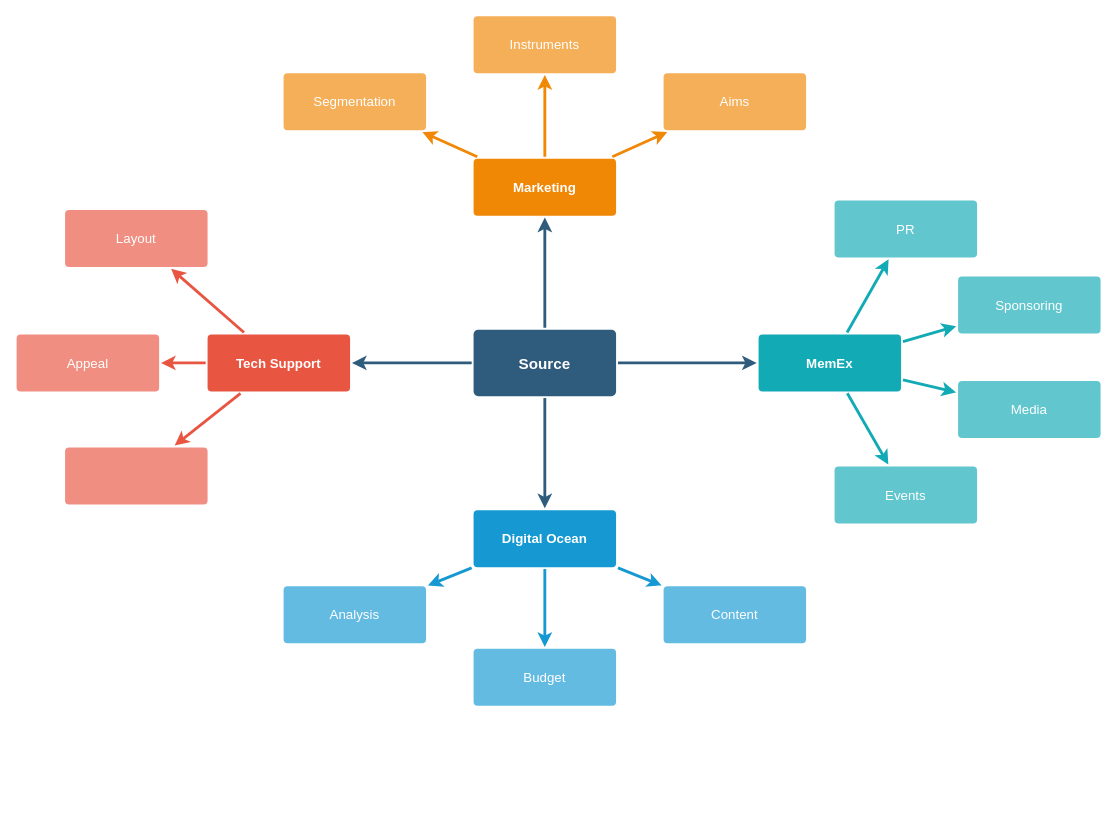
Earlier version of the draw.io diagram startingFolder-Other/Untitled Diagram.drawio (Bluon-Kyle/diagrams-drawings). Source tidied: cells renumbered, new cells numbered last; positions are measured from the earlier drawing's top-left corner, leaving out a move shared by most shapes. Both pictures are drawn from the tidied source at 95%, with x=0, y=0 at pixel (16, 15).
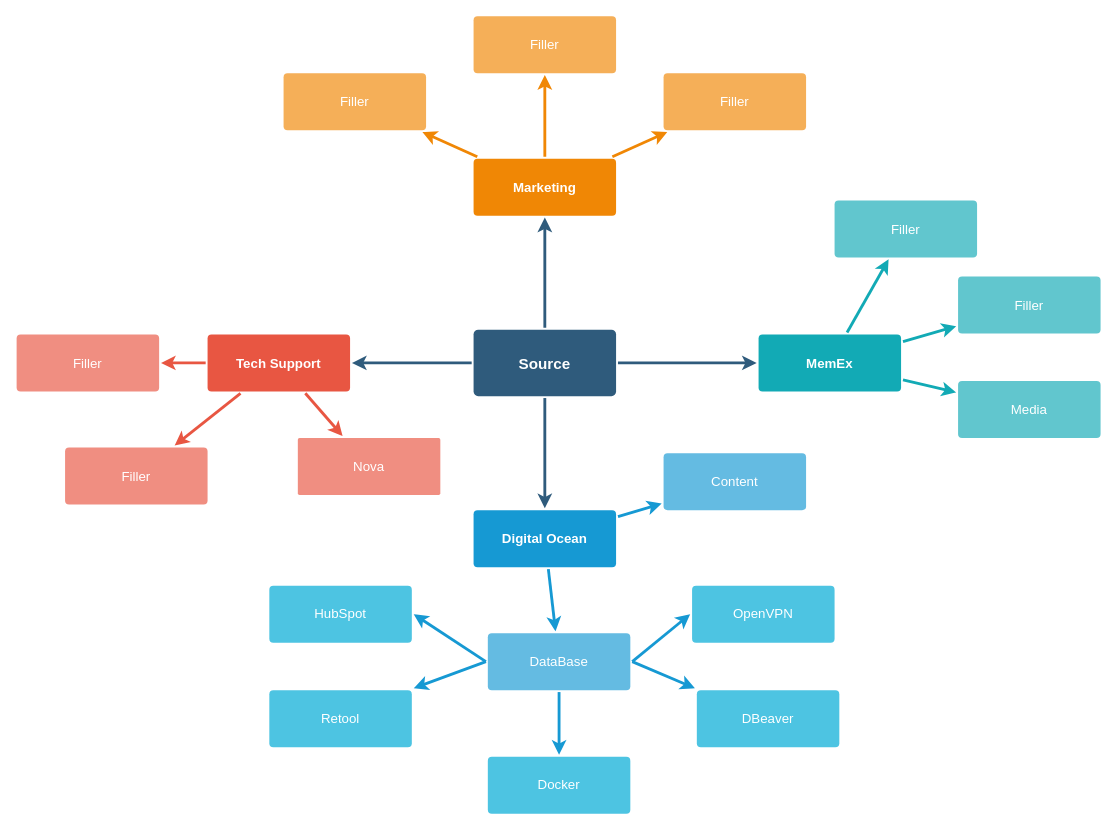
The same page after the edit.

Unchanged cells that the change refers to:
```xml
<mxCell id="17" value="Digital Ocean" style="rounded=1;whiteSpace=wrap;html=1;shadow=0;labelBackgroundColor=none;strokeColor=none;strokeWidth=3;fillColor=#1699d3;fontFamily=Helvetica;fontSize=14;fontColor=#FFFFFF;align=center;spacing=5;fontStyle=1;arcSize=7;perimeterSpacing=2;" parent="1" vertex="1">
  <mxGeometry x="481" y="520.5" width="150" height="60" as="geometry" />
</mxCell>
<mxCell id="28" value="MemEx" style="rounded=1;whiteSpace=wrap;html=1;shadow=0;labelBackgroundColor=none;strokeColor=none;strokeWidth=3;fillColor=#12aab5;fontFamily=Helvetica;fontSize=14;fontColor=#FFFFFF;align=center;spacing=5;fontStyle=1;arcSize=7;perimeterSpacing=2;" parent="1" vertex="1">
  <mxGeometry x="781" y="335.5" width="150" height="60" as="geometry" />
</mxCell>
```

Diff of the diagram source:
```diff
@@
-    <mxCell id="11" style="rounded=1;whiteSpace=wrap;html=1;shadow=0;labelBackgroundColor=none;strokeColor=none;strokeWidth=3;fillColor=#f08e81;fontFamily=Helvetica;fontSize=14;fontColor=#FFFFFF;align=center;spacing=5;fontStyle=0;arcSize=7;perimeterSpacing=2;" parent="1" vertex="1">
+    <mxCell id="11" value="Filler" style="rounded=1;whiteSpace=wrap;html=1;shadow=0;labelBackgroundColor=none;strokeColor=none;strokeWidth=3;fillColor=#f08e81;fontFamily=Helvetica;fontSize=14;fontColor=#FFFFFF;align=center;spacing=5;fontStyle=0;arcSize=7;perimeterSpacing=2;" parent="1" vertex="1">
       <mxGeometry x="51" y="454.5" width="150" height="60" as="geometry" />
     </mxCell>
-    <mxCell id="12" value="Appeal" style="rounded=1;whiteSpace=wrap;html=1;shadow=0;labelBackgroundColor=none;strokeColor=none;strokeWidth=3;fillColor=#f08e81;fontFamily=Helvetica;fontSize=14;fontColor=#FFFFFF;align=center;spacing=5;fontStyle=0;arcSize=7;perimeterSpacing=2;" parent="1" vertex="1">
+    <mxCell id="12" value="Filler" style="rounded=1;whiteSpace=wrap;html=1;shadow=0;labelBackgroundColor=none;strokeColor=none;strokeWidth=3;fillColor=#f08e81;fontFamily=Helvetica;fontSize=14;fontColor=#FFFFFF;align=center;spacing=5;fontStyle=0;arcSize=7;perimeterSpacing=2;" parent="1" vertex="1">
       <mxGeometry y="335.5" width="150" height="60" as="geometry" />
     </mxCell>
-    <mxCell id="13" value="Layout" style="rounded=1;whiteSpace=wrap;html=1;shadow=0;labelBackgroundColor=none;strokeColor=none;strokeWidth=3;fillColor=#f08e81;fontFamily=Helvetica;fontSize=14;fontColor=#FFFFFF;align=center;spacing=5;fontStyle=0;arcSize=7;perimeterSpacing=2;" parent="1" vertex="1">
-      <mxGeometry x="51" y="204.5" width="150" height="60" as="geometry" />
+    <mxCell id="13" value="Nova" style="rounded=1;whiteSpace=wrap;html=1;shadow=0;labelBackgroundColor=none;strokeColor=none;strokeWidth=3;fillColor=#f08e81;fontFamily=Helvetica;fontSize=14;fontColor=#FFFFFF;align=center;spacing=5;fontStyle=0;arcSize=3;perimeterSpacing=2;" parent="1" vertex="1">
+      <mxGeometry x="296" y="444.5" width="150" height="60" as="geometry" />
     </mxCell>
-    <mxCell id="14" style="edgeStyle=none;rounded=0;jumpStyle=none;html=1;shadow=0;labelBackgroundColor=none;startArrow=none;startFill=0;endArrow=classic;endFill=1;jettySize=auto;strokeColor=#1699D3;strokeWidth=3;fontFamily=Helvetica;fontSize=14;fontColor=#FFFFFF;spacing=5;" parent="1" edge="1" source="17" target="20">
+    <mxCell id="14" style="edgeStyle=none;rounded=0;jumpStyle=none;html=1;shadow=0;labelBackgroundColor=none;startArrow=none;startFill=0;endArrow=classic;endFill=1;jettySize=auto;strokeColor=#1699D3;strokeWidth=3;fontFamily=Helvetica;fontSize=14;fontColor=#FFFFFF;spacing=5;exitX=0;exitY=0.5;exitDx=0;exitDy=0;entryX=1;entryY=0;entryDx=0;entryDy=0;" parent="1" edge="1" source="19" target="40">
       <mxGeometry relative="1" as="geometry" />
     </mxCell>
@@
     <mxCell id="18" value="Content" style="rounded=1;whiteSpace=wrap;html=1;shadow=0;labelBackgroundColor=none;strokeColor=none;strokeWidth=3;fillColor=#64bbe2;fontFamily=Helvetica;fontSize=14;fontColor=#FFFFFF;align=center;spacing=5;arcSize=7;perimeterSpacing=2;" parent="1" vertex="1">
-      <mxGeometry x="681" y="600.5" width="150" height="60" as="geometry" />
+      <mxGeometry x="681" y="460.5" width="150" height="60" as="geometry" />
     </mxCell>
-    <mxCell id="19" value="Budget" style="rounded=1;whiteSpace=wrap;html=1;shadow=0;labelBackgroundColor=none;strokeColor=none;strokeWidth=3;fillColor=#64bbe2;fontFamily=Helvetica;fontSize=14;fontColor=#FFFFFF;align=center;spacing=5;arcSize=7;perimeterSpacing=2;" parent="1" vertex="1">
-      <mxGeometry x="481" y="666.5" width="150" height="60" as="geometry" />
+    <mxCell id="19" value="DataBase" style="rounded=1;whiteSpace=wrap;html=1;shadow=0;labelBackgroundColor=none;strokeColor=none;strokeWidth=3;fillColor=#64bbe2;fontFamily=Helvetica;fontSize=14;fontColor=#FFFFFF;align=center;spacing=5;arcSize=7;perimeterSpacing=2;" parent="1" vertex="1">
+      <mxGeometry x="496" y="650" width="150" height="60" as="geometry" />
     </mxCell>
-    <mxCell id="20" value="Analysis" style="rounded=1;whiteSpace=wrap;html=1;shadow=0;labelBackgroundColor=none;strokeColor=none;strokeWidth=3;fillColor=#64bbe2;fontFamily=Helvetica;fontSize=14;fontColor=#FFFFFF;align=center;spacing=5;arcSize=7;perimeterSpacing=2;" parent="1" vertex="1">
-      <mxGeometry x="281" y="600.5" width="150" height="60" as="geometry" />
-    </mxCell>
@@
-    <mxCell id="22" value="Aims&lt;br&gt;" style="rounded=1;whiteSpace=wrap;html=1;shadow=0;labelBackgroundColor=none;strokeColor=none;strokeWidth=3;fillColor=#f5af58;fontFamily=Helvetica;fontSize=14;fontColor=#FFFFFF;align=center;spacing=5;arcSize=7;perimeterSpacing=2;" parent="1" vertex="1">
+    <mxCell id="22" value="Filler" style="rounded=1;whiteSpace=wrap;html=1;shadow=0;labelBackgroundColor=none;strokeColor=none;strokeWidth=3;fillColor=#f5af58;fontFamily=Helvetica;fontSize=14;fontColor=#FFFFFF;align=center;spacing=5;arcSize=7;perimeterSpacing=2;" parent="1" vertex="1">
       <mxGeometry x="681" y="60.5" width="150" height="60" as="geometry" />
     </mxCell>
@@
-    <mxCell id="24" value="Instruments" style="rounded=1;whiteSpace=wrap;html=1;shadow=0;labelBackgroundColor=none;strokeColor=none;strokeWidth=3;fillColor=#f5af58;fontFamily=Helvetica;fontSize=14;fontColor=#FFFFFF;align=center;spacing=5;arcSize=7;perimeterSpacing=2;" parent="1" vertex="1">
+    <mxCell id="24" value="Filler" style="rounded=1;whiteSpace=wrap;html=1;shadow=0;labelBackgroundColor=none;strokeColor=none;strokeWidth=3;fillColor=#f5af58;fontFamily=Helvetica;fontSize=14;fontColor=#FFFFFF;align=center;spacing=5;arcSize=7;perimeterSpacing=2;" parent="1" vertex="1">
       <mxGeometry x="481" y="0.5" width="150" height="60" as="geometry" />
     </mxCell>
@@
-    <mxCell id="26" value="Segmentation" style="rounded=1;whiteSpace=wrap;html=1;shadow=0;labelBackgroundColor=none;strokeColor=none;strokeWidth=3;fillColor=#f5af58;fontFamily=Helvetica;fontSize=14;fontColor=#FFFFFF;align=center;spacing=5;arcSize=7;perimeterSpacing=2;" parent="1" vertex="1">
+    <mxCell id="26" value="Filler" style="rounded=1;whiteSpace=wrap;html=1;shadow=0;labelBackgroundColor=none;strokeColor=none;strokeWidth=3;fillColor=#f5af58;fontFamily=Helvetica;fontSize=14;fontColor=#FFFFFF;align=center;spacing=5;arcSize=7;perimeterSpacing=2;" parent="1" vertex="1">
       <mxGeometry x="281" y="60.5" width="150" height="60" as="geometry" />
     </mxCell>
@@
-    <mxCell id="29" value="Events" style="rounded=1;whiteSpace=wrap;html=1;shadow=0;labelBackgroundColor=none;strokeColor=none;strokeWidth=3;fillColor=#61c6ce;fontFamily=Helvetica;fontSize=14;fontColor=#FFFFFF;align=center;spacing=5;fontStyle=0;arcSize=7;perimeterSpacing=2;" parent="1" vertex="1">
-      <mxGeometry x="861" y="474.5" width="150" height="60" as="geometry" />
-    </mxCell>
-    <mxCell id="30" style="edgeStyle=none;rounded=1;jumpStyle=none;html=1;shadow=0;labelBackgroundColor=none;startArrow=none;startFill=0;jettySize=auto;strokeColor=#12AAB5;strokeWidth=3;fontFamily=Helvetica;fontSize=14;fontColor=#FFFFFF;spacing=5;fontStyle=1;fillColor=#b0e3e6;" parent="1" edge="1" source="28" target="29">
-      <mxGeometry relative="1" as="geometry" />
-    </mxCell>
@@
-    <mxCell id="33" value="Sponsoring" style="rounded=1;whiteSpace=wrap;html=1;shadow=0;labelBackgroundColor=none;strokeColor=none;strokeWidth=3;fillColor=#61c6ce;fontFamily=Helvetica;fontSize=14;fontColor=#FFFFFF;align=center;spacing=5;fontStyle=0;arcSize=7;perimeterSpacing=2;" parent="1" vertex="1">
+    <mxCell id="33" value="Filler" style="rounded=1;whiteSpace=wrap;html=1;shadow=0;labelBackgroundColor=none;strokeColor=none;strokeWidth=3;fillColor=#61c6ce;fontFamily=Helvetica;fontSize=14;fontColor=#FFFFFF;align=center;spacing=5;fontStyle=0;arcSize=7;perimeterSpacing=2;" parent="1" vertex="1">
       <mxGeometry x="991" y="274.5" width="150" height="60" as="geometry" />
     </mxCell>
@@
-    <mxCell id="35" value="PR" style="rounded=1;whiteSpace=wrap;html=1;shadow=0;labelBackgroundColor=none;strokeColor=none;strokeWidth=3;fillColor=#61c6ce;fontFamily=Helvetica;fontSize=14;fontColor=#FFFFFF;align=center;spacing=5;fontStyle=0;arcSize=7;perimeterSpacing=2;" parent="1" vertex="1">
+    <mxCell id="35" value="Filler" style="rounded=1;whiteSpace=wrap;html=1;shadow=0;labelBackgroundColor=none;strokeColor=none;strokeWidth=3;fillColor=#61c6ce;fontFamily=Helvetica;fontSize=14;fontColor=#FFFFFF;align=center;spacing=5;fontStyle=0;arcSize=7;perimeterSpacing=2;" parent="1" vertex="1">
       <mxGeometry x="861" y="194.5" width="150" height="60" as="geometry" />
     </mxCell>
@@
+    <mxCell id="37" value="Docker" style="rounded=1;whiteSpace=wrap;html=1;shadow=0;labelBackgroundColor=none;strokeColor=none;strokeWidth=3;fillColor=#4DC4E2;fontFamily=Helvetica;fontSize=14;fontColor=#FFFFFF;align=center;spacing=5;arcSize=7;perimeterSpacing=2;" parent="1" vertex="1">
+      <mxGeometry x="496" y="780" width="150" height="60" as="geometry" />
+    </mxCell>
+    <mxCell id="38" style="edgeStyle=none;rounded=0;jumpStyle=none;html=1;shadow=0;labelBackgroundColor=none;startArrow=none;startFill=0;endArrow=classic;endFill=1;jettySize=auto;strokeColor=#1699D3;strokeWidth=3;fontFamily=Helvetica;fontSize=14;fontColor=#FFFFFF;spacing=5;exitX=0.5;exitY=1;exitDx=0;exitDy=0;entryX=0.5;entryY=0;entryDx=0;entryDy=0;" parent="1" edge="1" source="19" target="37">
+      <mxGeometry relative="1" as="geometry" />
+    </mxCell>
+    <mxCell id="39" value="HubSpot" style="rounded=1;whiteSpace=wrap;html=1;shadow=0;labelBackgroundColor=none;strokeColor=none;strokeWidth=3;fillColor=#4DC4E2;fontFamily=Helvetica;fontSize=14;fontColor=#FFFFFF;align=center;spacing=5;arcSize=7;perimeterSpacing=2;" parent="1" vertex="1">
+      <mxGeometry x="266" y="600" width="150" height="60" as="geometry" />
+    </mxCell>
+    <mxCell id="40" value="Retool" style="rounded=1;whiteSpace=wrap;html=1;shadow=0;labelBackgroundColor=none;strokeColor=none;strokeWidth=3;fillColor=#4DC4E2;fontFamily=Helvetica;fontSize=14;fontColor=#FFFFFF;align=center;spacing=5;arcSize=7;perimeterSpacing=2;" parent="1" vertex="1">
+      <mxGeometry x="266" y="710" width="150" height="60" as="geometry" />
+    </mxCell>
+    <mxCell id="41" style="edgeStyle=none;rounded=0;jumpStyle=none;html=1;shadow=0;labelBackgroundColor=none;startArrow=none;startFill=0;endArrow=classic;endFill=1;jettySize=auto;strokeColor=#1699D3;strokeWidth=3;fontFamily=Helvetica;fontSize=14;fontColor=#FFFFFF;spacing=5;exitX=0;exitY=0.5;exitDx=0;exitDy=0;entryX=1;entryY=0.5;entryDx=0;entryDy=0;" parent="1" edge="1" source="19" target="39">
+      <mxGeometry relative="1" as="geometry" />
+    </mxCell>
+    <mxCell id="42" style="edgeStyle=none;rounded=0;jumpStyle=none;html=1;shadow=0;labelBackgroundColor=none;startArrow=none;startFill=0;endArrow=classic;endFill=1;jettySize=auto;strokeColor=#1699D3;strokeWidth=3;fontFamily=Helvetica;fontSize=14;fontColor=#FFFFFF;spacing=5;exitX=1;exitY=0.5;exitDx=0;exitDy=0;entryX=0;entryY=0.5;entryDx=0;entryDy=0;" parent="1" edge="1" source="19" target="45">
+      <mxGeometry relative="1" as="geometry" />
+    </mxCell>
+    <mxCell id="43" style="edgeStyle=none;rounded=0;jumpStyle=none;html=1;shadow=0;labelBackgroundColor=none;startArrow=none;startFill=0;endArrow=classic;endFill=1;jettySize=auto;strokeColor=#1699D3;strokeWidth=3;fontFamily=Helvetica;fontSize=14;fontColor=#FFFFFF;spacing=5;exitX=1;exitY=0.5;exitDx=0;exitDy=0;entryX=0;entryY=0;entryDx=0;entryDy=0;" parent="1" edge="1" source="19" target="44">
+      <mxGeometry relative="1" as="geometry" />
+    </mxCell>
+    <mxCell id="44" value="DBeaver" style="rounded=1;whiteSpace=wrap;html=1;shadow=0;labelBackgroundColor=none;strokeColor=none;strokeWidth=3;fillColor=#4DC4E2;fontFamily=Helvetica;fontSize=14;fontColor=#FFFFFF;align=center;spacing=5;arcSize=7;perimeterSpacing=2;" parent="1" vertex="1">
+      <mxGeometry x="716" y="710" width="150" height="60" as="geometry" />
+    </mxCell>
+    <mxCell id="45" value="OpenVPN" style="rounded=1;whiteSpace=wrap;html=1;shadow=0;labelBackgroundColor=none;strokeColor=none;strokeWidth=3;fillColor=#4DC4E2;fontFamily=Helvetica;fontSize=14;fontColor=#FFFFFF;align=center;spacing=5;arcSize=7;perimeterSpacing=2;" parent="1" vertex="1">
+      <mxGeometry x="711" y="600" width="150" height="60" as="geometry" />
+    </mxCell>
```
